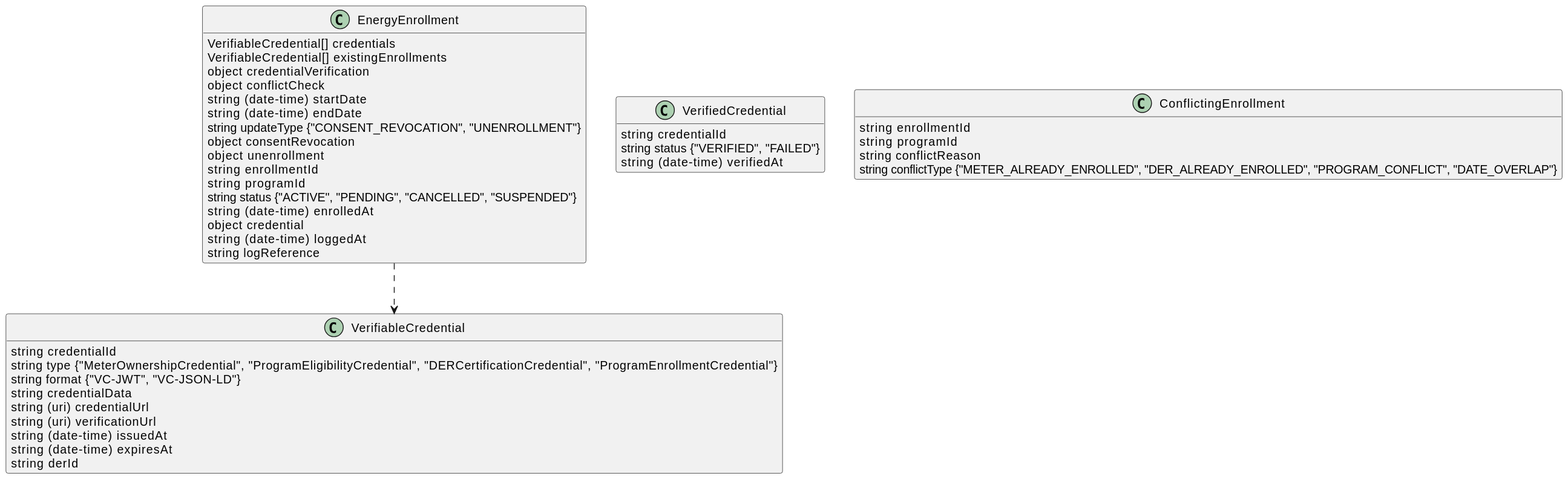
This is docs/schema/EnergyEnrollment/v0.2/attributes.svg from beckn/protocol-specifications-new, a PlantUML export, as it was before one commit. Its diagram source:
```plantuml
@startuml
hide empty members
set namespaceSeparator none


class EnergyEnrollment {
    {field} VerifiableCredential[] credentials
    {field} VerifiableCredential[] existingEnrollments
    {field} object credentialVerification
    {field} object conflictCheck
    {field} string (date-time) startDate
    {field} string (date-time) endDate
    {field} string updateType {"CONSENT_REVOCATION", "UNENROLLMENT"}
    {field} object consentRevocation
    {field} object unenrollment
    {field} string enrollmentId
    {field} string programId
    {field} string status {"ACTIVE", "PENDING", "CANCELLED", "SUSPENDED"}
    {field} string (date-time) enrolledAt
    {field} object credential
    {field} string (date-time) loggedAt
    {field} string logReference
}

EnergyEnrollment ..> VerifiableCredential


class VerifiableCredential {
    {field} string credentialId
    {field} string type {"MeterOwnershipCredential", "ProgramEligibilityCredential", "DERCertificationCredential", "ProgramEnrollmentCredential"}
    {field} string format {"VC-JWT", "VC-JSON-LD"}
    {field} string credentialData
    {field} string (uri) credentialUrl
    {field} string (uri) verificationUrl
    {field} string (date-time) issuedAt
    {field} string (date-time) expiresAt
    {field} string derId
}



class VerifiedCredential {
    {field} string credentialId
    {field} string status {"VERIFIED", "FAILED"}
    {field} string (date-time) verifiedAt
}



class ConflictingEnrollment {
    {field} string enrollmentId
    {field} string programId
    {field} string conflictReason
    {field} string conflictType {"METER_ALREADY_ENROLLED", "DER_ALREADY_ENROLLED", "PROGRAM_CONFLICT", "DATE_OVERLAP"}
}
@enduml
```
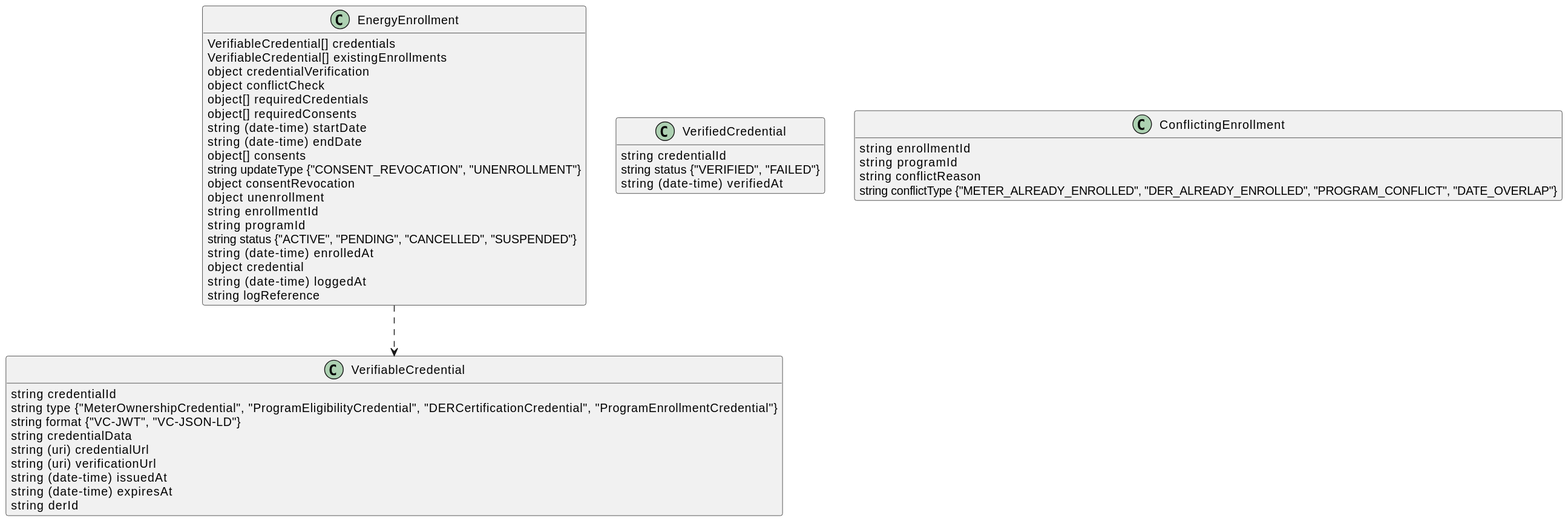
After the commit.

The edit, as a diff of the source:
```diff
@@ -8,8 +8,11 @@
     {field} VerifiableCredential[] existingEnrollments
     {field} object credentialVerification
     {field} object conflictCheck
+    {field} object[] requiredCredentials
+    {field} object[] requiredConsents
     {field} string (date-time) startDate
     {field} string (date-time) endDate
+    {field} object[] consents
     {field} string updateType {"CONSENT_REVOCATION", "UNENROLLMENT"}
     {field} object consentRevocation
     {field} object unenrollment
```
